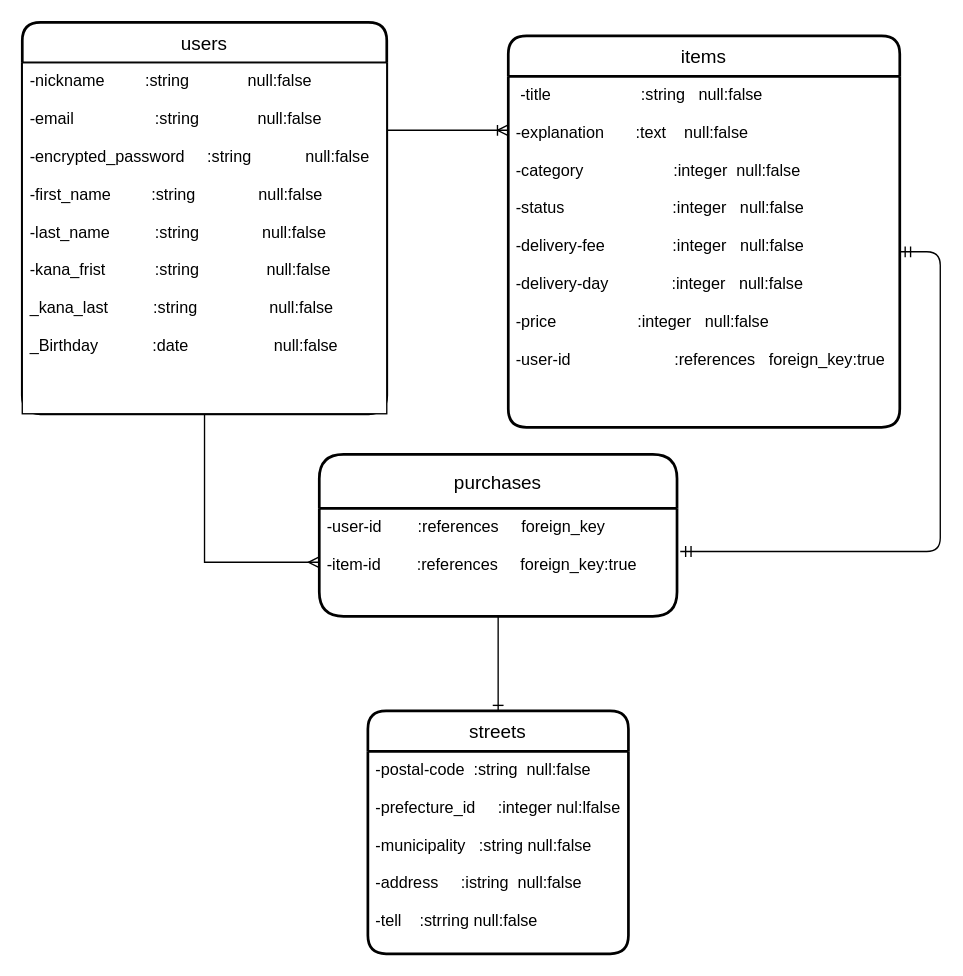
This is furima.dio from bloom-dream36/furima-32088, a draw.io file, before an edit. Source tidied: cells renumbered, new cells numbered last; positions are measured from the earlier drawing's top-left corner, leaving out a move shared by most shapes. Both pictures are drawn from the tidied source at 135%, with x=0, y=0 at pixel (22, 22).
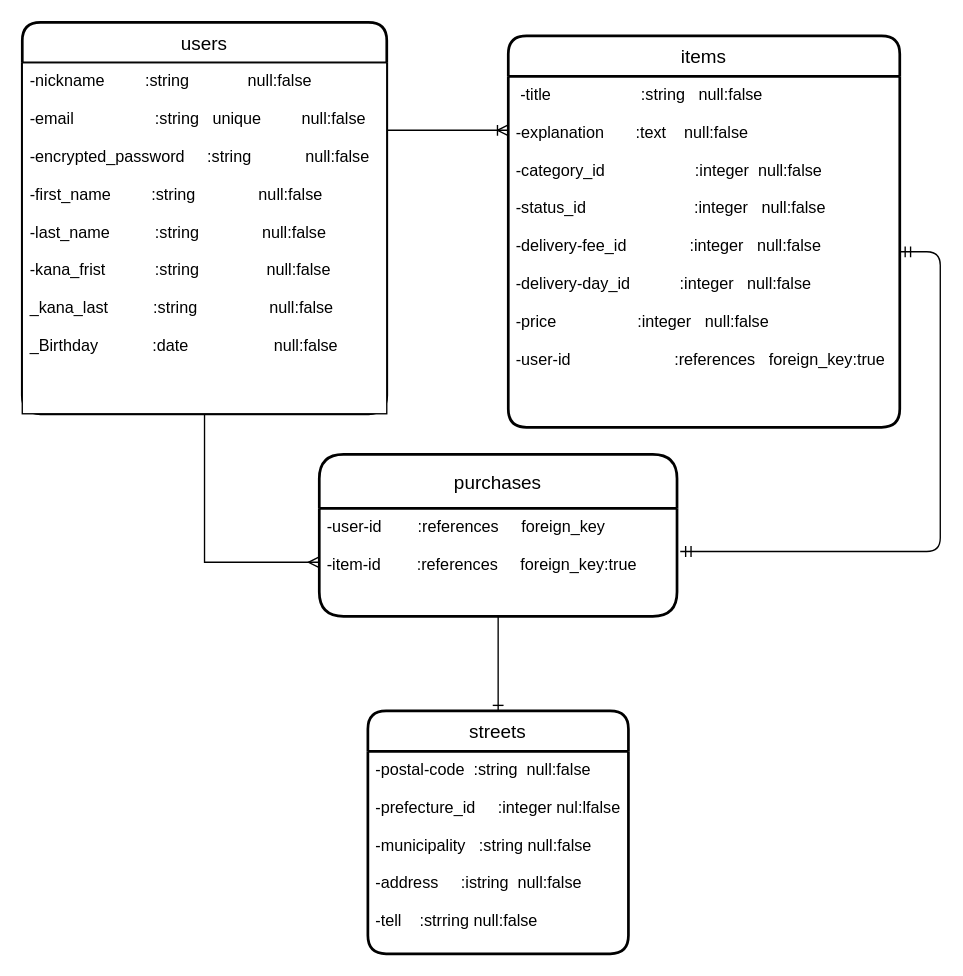
The same diagram, later.

Commit message (it also covers changes not shown here):
db　単数形に修正

Diff of the diagram source:
```diff
@@
 <mxGraphModel>
   <root>
     <mxCell id="0" />
     <mxCell id="1" parent="0" />
     <mxCell id="2" style="edgeStyle=orthogonalEdgeStyle;rounded=0;jettySize=auto;html=1;exitX=0.5;exitY=1;exitDx=0;exitDy=0;entryX=0;entryY=0.5;entryDx=0;entryDy=0;endArrow=ERmany;endFill=0;" parent="1" edge="1" source="6" target="11">
       <mxGeometry relative="1" as="geometry" />
     </mxCell>
     <mxCell id="3" style="edgeStyle=entityRelationEdgeStyle;fontSize=12;html=1;endArrow=ERoneToMany;" parent="1" edge="1">
       <mxGeometry relative="1" as="geometry">
         <mxPoint x="170" y="80" as="sourcePoint" />
         <mxPoint x="360" y="80" as="targetPoint" />
       </mxGeometry>
     </mxCell>
     <mxCell id="4" style="edgeStyle=entityRelationEdgeStyle;fontSize=12;html=1;endArrow=ERmandOne;startArrow=ERmandOne;exitX=1.009;exitY=0.4;exitDx=0;exitDy=0;exitPerimeter=0;" parent="1" edge="1" source="11" target="9">
       <mxGeometry relative="1" as="geometry" />
     </mxCell>
     <mxCell id="5" style="edgeStyle=orthogonalEdgeStyle;rounded=0;jettySize=auto;html=1;exitX=0.5;exitY=1;exitDx=0;exitDy=0;entryX=0.5;entryY=0;entryDx=0;entryDy=0;endArrow=ERone;endFill=0;" parent="1" edge="1" source="11" target="12">
       <mxGeometry relative="1" as="geometry" />
     </mxCell>
     <mxCell id="6" value="users" style="swimlane;horizontal=1;startSize=30;rounded=1;fontSize=14;fontStyle=0;strokeWidth=2;shadow=0;dashed=0;align=center;" parent="1" vertex="1">
       <mxGeometry width="270" height="290" as="geometry" />
     </mxCell>
-    <mxCell id="7" value="-nickname         :string             null:false  &#10;&#10;-email                  :string             null:false&#10;&#10;-encrypted_password     :string            null:false&#10;&#10;-first_name         :string              null:false&#10;&#10;-last_name          :string              null:false&#10;&#10;-kana_frist           :string               null:false&#10;&#10;_kana_last          :string                null:false&#10; &#10;_Birthday            :date                   null:false&#10;&#10;&#10;&#10;&#10;&#10;&#10;" style="align=left;spacingLeft=4;fontSize=12;verticalAlign=top;" parent="6" vertex="1">
+    <mxCell id="7" value="-nickname         :string             null:false  &#10;&#10;-email                  :string   unique         null:false&#10;&#10;-encrypted_password     :string            null:false&#10;&#10;-first_name         :string              null:false&#10;&#10;-last_name          :string              null:false&#10;&#10;-kana_frist           :string               null:false&#10;&#10;_kana_last          :string                null:false&#10; &#10;_Birthday            :date                   null:false&#10;&#10;&#10;&#10;&#10;&#10;&#10;" style="align=left;spacingLeft=4;fontSize=12;verticalAlign=top;" parent="6" vertex="1">
       <mxGeometry y="30" width="270" height="260" as="geometry" />
     </mxCell>
     <mxCell id="8" value="items" style="swimlane;horizontal=1;startSize=30;rounded=1;fontSize=14;fontStyle=0;strokeWidth=2;shadow=0;dashed=0;align=center;" parent="1" vertex="1">
       <mxGeometry x="360" y="10" width="290" height="290" as="geometry" />
     </mxCell>
-    <mxCell id="9" value=" -title                    :string   null:false&#10;&#10;-explanation       :text    null:false&#10;&#10;-category                    :integer  null:false&#10;&#10;-status                        :integer   null:false&#10;&#10;-delivery-fee               :integer   null:false&#10;&#10;-delivery-day              :integer   null:false&#10;&#10;-price                  :integer   null:false&#10;&#10;-user-id                       :references   foreign_key:true&#10;" style="align=left;strokeColor=none;fillColor=none;spacingLeft=4;fontSize=12;verticalAlign=top;" parent="8" vertex="1">
+    <mxCell id="9" value=" -title                    :string   null:false&#10;&#10;-explanation       :text    null:false&#10;&#10;-category_id                    :integer  null:false&#10;&#10;-status_id                        :integer   null:false&#10;&#10;-delivery-fee_id              :integer   null:false&#10;&#10;-delivery-day_id           :integer   null:false&#10;&#10;-price                  :integer   null:false&#10;&#10;-user-id                       :references   foreign_key:true&#10;" style="align=left;strokeColor=none;fillColor=none;spacingLeft=4;fontSize=12;verticalAlign=top;" parent="8" vertex="1">
       <mxGeometry y="30" width="290" height="260" as="geometry" />
     </mxCell>
     <mxCell id="10" value="purchases" style="swimlane;horizontal=1;startSize=40;rounded=1;fontSize=14;fontStyle=0;strokeWidth=2;shadow=0;dashed=0;align=center;" parent="1" vertex="1">
       <mxGeometry x="220" y="320" width="265" height="120" as="geometry" />
     </mxCell>
     <mxCell id="11" value="-user-id        :references     foreign_key&#10;&#10;-item-id        :references     foreign_key:true&#10;&#10;" style="align=left;strokeColor=none;fillColor=none;spacingLeft=4;fontSize=12;verticalAlign=top;" parent="10" vertex="1">
       <mxGeometry y="40" width="265" height="80" as="geometry" />
     </mxCell>
     <mxCell id="12" value="streets" style="swimlane;horizontal=1;startSize=30;rounded=1;fontSize=14;fontStyle=0;strokeWidth=2;shadow=0;dashed=0;align=center;" parent="1" vertex="1">
       <mxGeometry x="256" y="510" width="193" height="180" as="geometry" />
     </mxCell>
     <mxCell id="13" value="-postal-code  :string  null:false&#10;&#10;-prefecture_id     :integer nul:lfalse&#10;&#10;-municipality   :string null:false&#10;&#10;-address     :istring  null:false&#10;&#10;-tell    :strring null:false" style="align=left;strokeColor=none;fillColor=none;spacingLeft=4;fontSize=12;verticalAlign=top;" parent="12" vertex="1">
       <mxGeometry y="30" width="193" height="150" as="geometry" />
     </mxCell>
   </root>
 </mxGraphModel>
```
